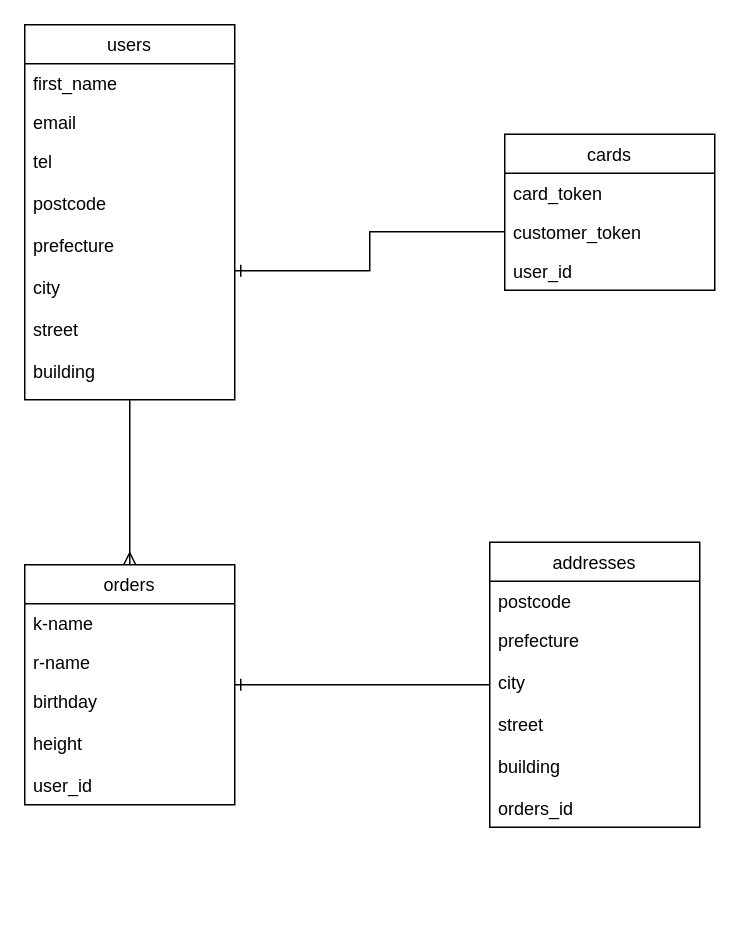
This is test.dio from nishikori0120/for_your_special, a draw.io file, before an edit. Source tidied: cells renumbered, new cells numbered last; positions are measured from the earlier drawing's top-left corner, leaving out a move shared by most shapes. Both pictures are drawn from the tidied source at 150%, with x=0, y=0 at pixel (24, 24).
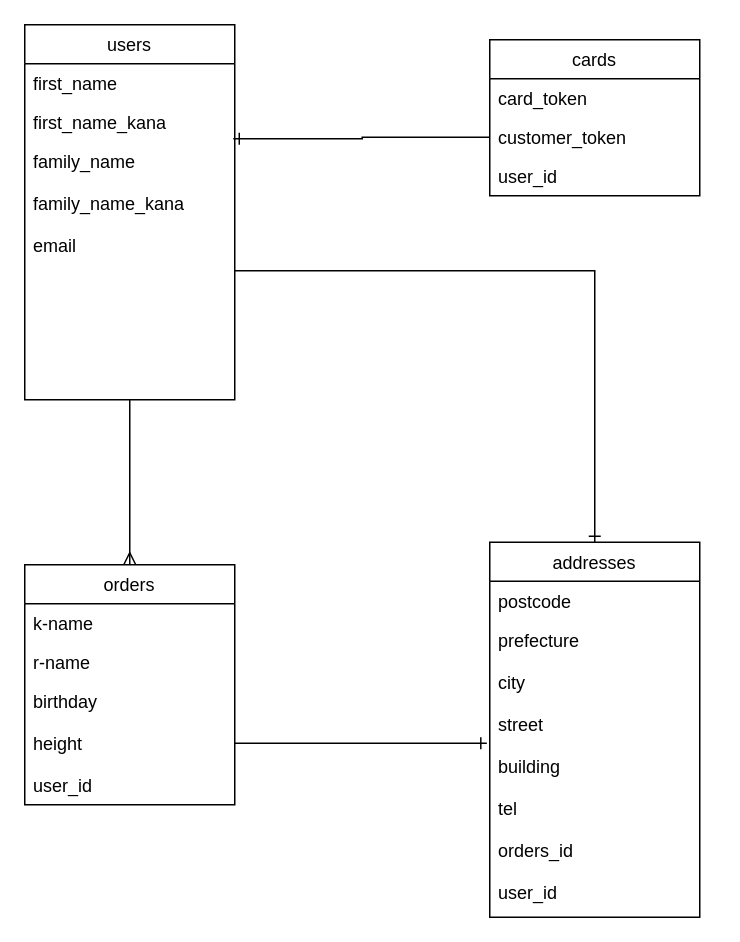
After the change.

Commit message (it also covers changes not shown here):
再度テーブル設計

The change refers to these unchanged cells:
```xml
<mxCell id="3" value="users" style="swimlane;fontStyle=0;horizontal=1;startSize=26;fillColor=none;" parent="1" vertex="1">
  <mxGeometry width="140" height="250" as="geometry" />
</mxCell>
<mxCell id="10" value="birthday&#10;&#10;height&#10;&#10;user_id" style="text;strokeColor=none;fillColor=none;align=left;verticalAlign=top;spacingLeft=4;spacingRight=4;overflow=hidden;points=[[0,0.5],[1,0.5]];portConstraint=eastwest;" parent="7" vertex="1">
  <mxGeometry y="78" width="140" height="82" as="geometry" />
</mxCell>
<mxCell id="13" value="customer_token" style="text;strokeColor=none;fillColor=none;align=left;verticalAlign=top;spacingLeft=4;spacingRight=4;overflow=hidden;points=[[0,0.5],[1,0.5]];portConstraint=eastwest;" parent="11" vertex="1">
  <mxGeometry y="52" width="140" height="26" as="geometry" />
</mxCell>
```

The edit, as a diff of the source:
```diff
@@
-    <mxCell id="5" value="email" style="text;strokeColor=none;fillColor=none;align=left;verticalAlign=top;spacingLeft=4;spacingRight=4;overflow=hidden;points=[[0,0.5],[1,0.5]];portConstraint=eastwest;" parent="3" vertex="1">
+    <mxCell id="5" value="first_name_kana" style="text;strokeColor=none;fillColor=none;align=left;verticalAlign=top;spacingLeft=4;spacingRight=4;overflow=hidden;points=[[0,0.5],[1,0.5]];portConstraint=eastwest;" parent="3" vertex="1">
       <mxGeometry y="52" width="140" height="26" as="geometry" />
     </mxCell>
-    <mxCell id="6" value="tel&#10;&#10;postcode&#10;&#10;prefecture&#10;&#10;city&#10;&#10;street&#10;&#10;building&#10;&#10;" style="text;strokeColor=none;fillColor=none;align=left;verticalAlign=top;spacingLeft=4;spacingRight=4;overflow=hidden;points=[[0,0.5],[1,0.5]];portConstraint=eastwest;" parent="3" vertex="1">
+    <mxCell id="6" value="family_name&#10;&#10;family_name_kana&#10;&#10;email&#10;&#10;" style="text;strokeColor=none;fillColor=none;align=left;verticalAlign=top;spacingLeft=4;spacingRight=4;overflow=hidden;points=[[0,0.5],[1,0.5]];portConstraint=eastwest;" parent="3" vertex="1">
       <mxGeometry y="78" width="140" height="172" as="geometry" />
     </mxCell>
@@
     <mxCell id="11" value="cards" style="swimlane;fontStyle=0;horizontal=1;startSize=26;fillColor=none;" parent="1" vertex="1">
-      <mxGeometry x="320" y="73" width="140" height="104" as="geometry" />
+      <mxGeometry x="310" y="10" width="140" height="104" as="geometry" />
     </mxCell>
@@
-    <mxCell id="15" style="edgeStyle=orthogonalEdgeStyle;rounded=0;jettySize=auto;html=1;endArrow=ERone;endFill=0;entryX=1;entryY=0.024;entryDx=0;entryDy=0;entryPerimeter=0;" parent="1" edge="1" source="16" target="10">
-      <mxGeometry relative="1" as="geometry" />
-    </mxCell>
     <mxCell id="16" value="addresses" style="swimlane;fontStyle=0;horizontal=1;startSize=26;fillColor=none;" parent="1" vertex="1">
-      <mxGeometry x="310" y="345" width="140" height="190" as="geometry" />
+      <mxGeometry x="310" y="345" width="140" height="250" as="geometry" />
     </mxCell>
@@
-    <mxCell id="18" value="prefecture&#10;&#10;city&#10;&#10;street&#10;&#10;building&#10;&#10;orders_id" style="text;strokeColor=none;fillColor=none;align=left;verticalAlign=top;spacingLeft=4;spacingRight=4;overflow=hidden;points=[[0,0.5],[1,0.5]];portConstraint=eastwest;" parent="16" vertex="1">
-      <mxGeometry y="52" width="140" height="138" as="geometry" />
+    <mxCell id="18" value="prefecture&#10;&#10;city&#10;&#10;street&#10;&#10;building&#10;&#10;tel&#10;&#10;orders_id&#10;&#10;user_id&#10;" style="text;strokeColor=none;fillColor=none;align=left;verticalAlign=top;spacingLeft=4;spacingRight=4;overflow=hidden;points=[[0,0.5],[1,0.5]];portConstraint=eastwest;" parent="16" vertex="1">
+      <mxGeometry y="52" width="140" height="198" as="geometry" />
     </mxCell>
-    <mxCell id="19" style="edgeStyle=orthogonalEdgeStyle;rounded=0;jettySize=auto;html=1;exitX=0;exitY=0.5;exitDx=0;exitDy=0;endArrow=ERone;endFill=0;entryX=1;entryY=0.5;entryDx=0;entryDy=0;" parent="1" edge="1" source="13" target="6">
+    <mxCell id="19" style="edgeStyle=orthogonalEdgeStyle;rounded=0;jettySize=auto;html=1;exitX=0;exitY=0.5;exitDx=0;exitDy=0;endArrow=ERone;endFill=0;entryX=0.993;entryY=0.923;entryDx=0;entryDy=0;entryPerimeter=0;" parent="1" edge="1" source="13" target="5">
       <mxGeometry relative="1" as="geometry" />
     </mxCell>
+    <mxCell id="20" style="edgeStyle=orthogonalEdgeStyle;rounded=0;jettySize=auto;html=1;exitX=1;exitY=0.5;exitDx=0;exitDy=0;entryX=0.5;entryY=0;entryDx=0;entryDy=0;endArrow=ERone;endFill=0;" parent="1" edge="1" source="6" target="16">
+      <mxGeometry relative="1" as="geometry" />
+    </mxCell>
+    <mxCell id="21" style="edgeStyle=orthogonalEdgeStyle;rounded=0;jettySize=auto;html=1;exitX=1;exitY=0.5;exitDx=0;exitDy=0;endArrow=ERone;endFill=0;entryX=-0.014;entryY=0.414;entryDx=0;entryDy=0;entryPerimeter=0;" parent="1" edge="1" source="10" target="18">
+      <mxGeometry relative="1" as="geometry" />
+    </mxCell>
```
